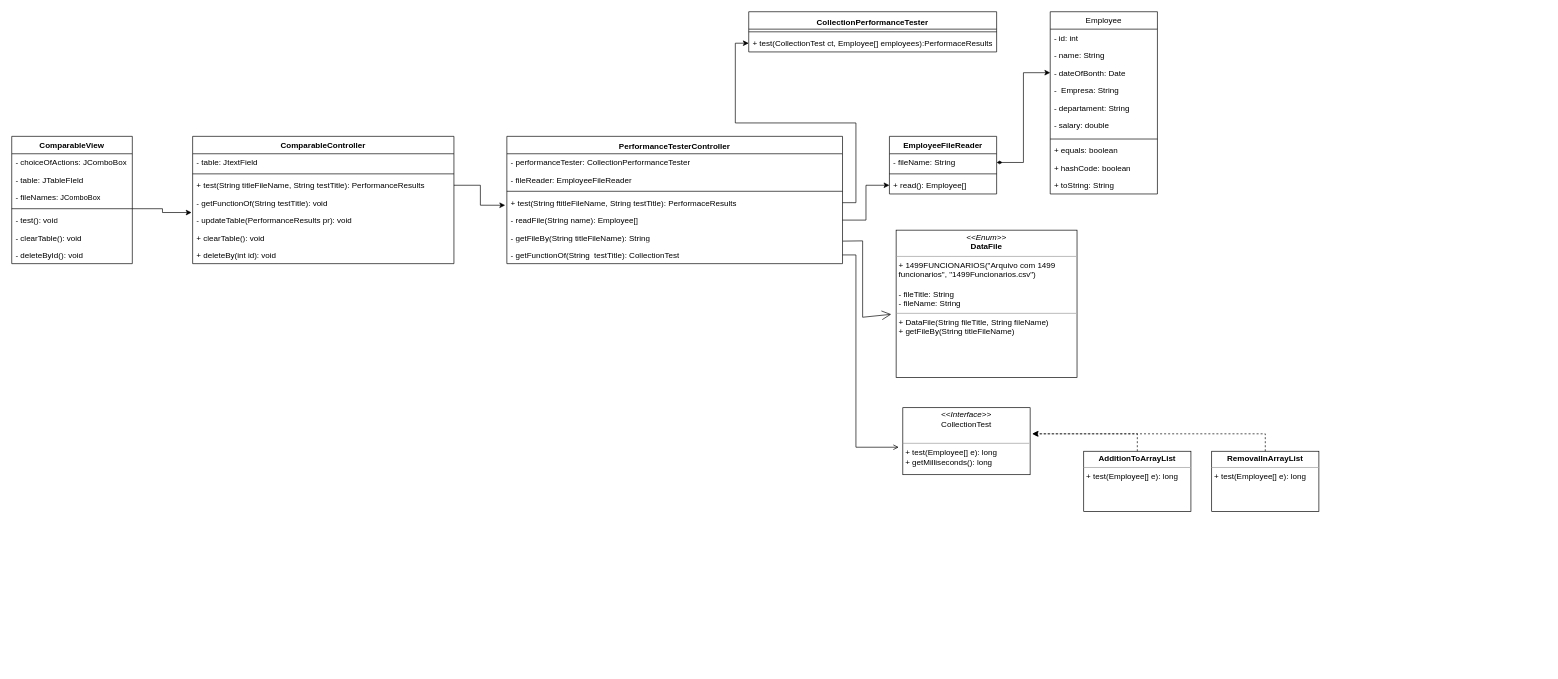
GabrielFelipeS/Collection_Comparison keeps this draw.io diagram as page "Page-1" (1 of 2) of UML.drawio. Above is the earlier version. Source tidied: cells renumbered, new cells numbered last; positions are measured from the earlier drawing's top-left corner, leaving out a move shared by most shapes. Both pictures are drawn from the tidied source at 67%, with x=0, y=0 at pixel (11, 11).
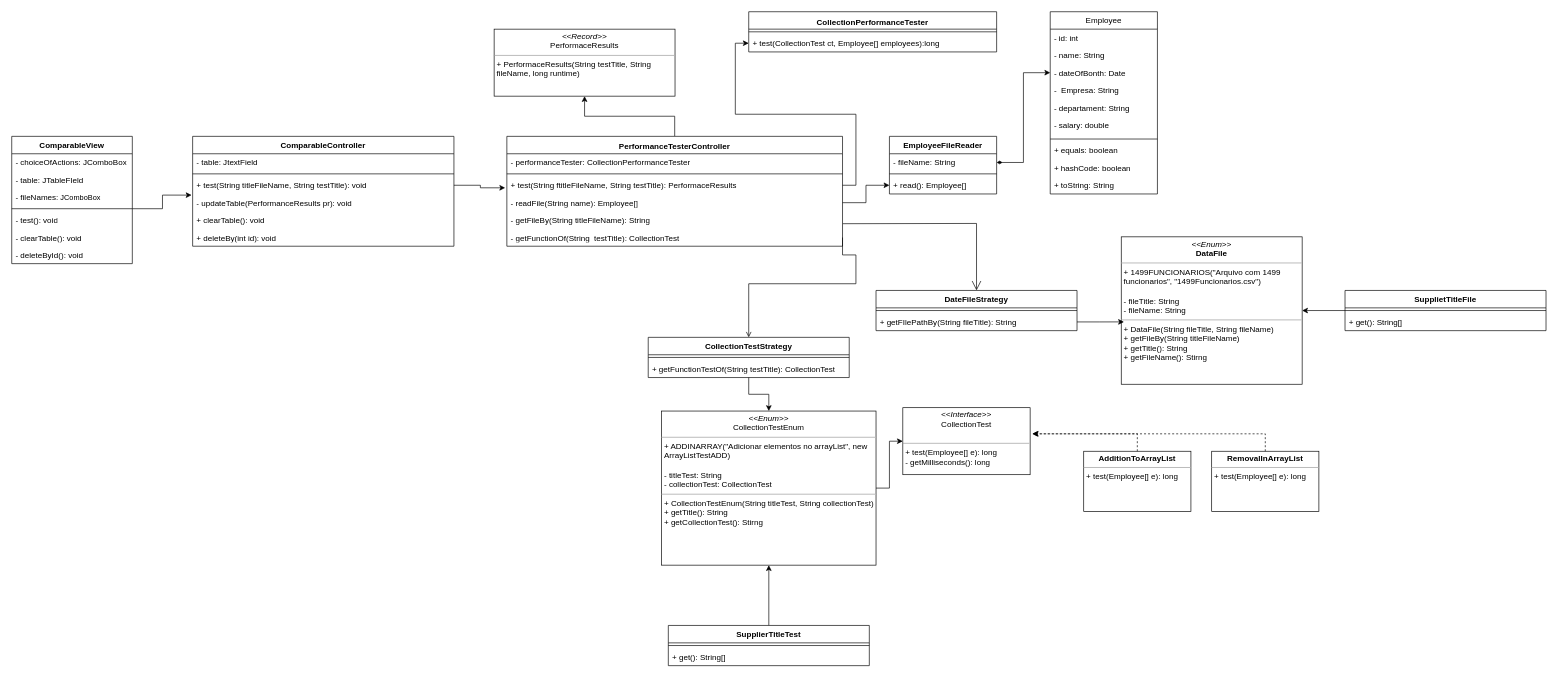
The same diagram, later.

Unchanged cells that the change refers to:
```xml
<mxCell id="33" value="CollectionPerformanceTester&lt;span style=&quot;color: rgb(255, 255, 255); font-family: &amp;quot;Söhne Mono&amp;quot;, Monaco, &amp;quot;Andale Mono&amp;quot;, &amp;quot;Ubuntu Mono&amp;quot;, monospace; font-size: 14px; font-weight: 400; text-align: left; background-color: rgb(0, 0, 0);&quot;&gt; &lt;/span&gt;" style="swimlane;fontStyle=1;align=center;verticalAlign=top;horizontal=1;startSize=26;whiteSpace=wrap;html=1;" parent="1" vertex="1">
  <mxGeometry x="1100" width="370" height="60" as="geometry" />
</mxCell>
```

Change to the diagram source:
```diff
@@
     <mxCell id="17" value="ComparableController" style="swimlane;fontStyle=1;align=center;verticalAlign=top;horizontal=1;startSize=26;whiteSpace=wrap;html=1;" parent="1" vertex="1">
-      <mxGeometry x="270" y="186" width="390" height="190" as="geometry" />
+      <mxGeometry x="270" y="186" width="390" height="164" as="geometry" />
     </mxCell>
@@
-    <mxCell id="20" value="+ test(String titleFileName, String testTitle): PerformanceResults&amp;nbsp;" style="text;strokeColor=none;fillColor=none;align=left;verticalAlign=top;spacingLeft=4;spacingRight=4;overflow=hidden;points=[[0,0.5],[1,0.5]];portConstraint=eastwest;whiteSpace=wrap;html=1;" parent="17" vertex="1">
+    <mxCell id="20" value="+ test(String titleFileName, String testTitle): void&amp;nbsp;" style="text;strokeColor=none;fillColor=none;align=left;verticalAlign=top;spacingLeft=4;spacingRight=4;overflow=hidden;points=[[0,0.5],[1,0.5]];portConstraint=eastwest;whiteSpace=wrap;html=1;" parent="17" vertex="1">
       <mxGeometry y="60" width="390" height="26" as="geometry" />
     </mxCell>
-    <mxCell id="21" value="- getFunctionOf(String testTitle): void" style="text;strokeColor=none;fillColor=none;align=left;verticalAlign=top;spacingLeft=4;spacingRight=4;overflow=hidden;whiteSpace=wrap;html=1;" parent="17" vertex="1">
-      <mxGeometry y="86" width="390" height="26" as="geometry" />
-    </mxCell>
     <mxCell id="22" value="- updateTable(PerformanceResults pr): void" style="text;strokeColor=none;fillColor=none;align=left;verticalAlign=top;spacingLeft=4;spacingRight=4;overflow=hidden;points=[[0,0.5],[1,0.5]];portConstraint=eastwest;whiteSpace=wrap;html=1;" parent="17" vertex="1">
-      <mxGeometry y="112" width="390" height="26" as="geometry" />
+      <mxGeometry y="86" width="390" height="26" as="geometry" />
     </mxCell>
     <mxCell id="23" value="+ clearTable(): void" style="text;strokeColor=none;fillColor=none;align=left;verticalAlign=top;spacingLeft=4;spacingRight=4;overflow=hidden;whiteSpace=wrap;html=1;" parent="17" vertex="1">
-      <mxGeometry y="138" width="390" height="26" as="geometry" />
+      <mxGeometry y="112" width="390" height="26" as="geometry" />
     </mxCell>
     <mxCell id="24" value="+ deleteBy(int id): void" style="text;strokeColor=none;fillColor=none;align=left;verticalAlign=top;spacingLeft=4;spacingRight=4;overflow=hidden;whiteSpace=wrap;html=1;" parent="17" vertex="1">
-      <mxGeometry y="164" width="390" height="26" as="geometry" />
+      <mxGeometry y="138" width="390" height="26" as="geometry" />
     </mxCell>
@@
-    <mxCell id="35" value="+ test(CollectionTest ct, Employee[] employees):PerformaceResults" style="text;strokeColor=none;fillColor=none;align=left;verticalAlign=top;spacingLeft=4;spacingRight=4;overflow=hidden;points=[[0,0.5],[1,0.5]];portConstraint=eastwest;whiteSpace=wrap;html=1;" parent="33" vertex="1">
+    <mxCell id="35" value="+ test(CollectionTest ct, Employee[] employees):long" style="text;strokeColor=none;fillColor=none;align=left;verticalAlign=top;spacingLeft=4;spacingRight=4;overflow=hidden;points=[[0,0.5],[1,0.5]];portConstraint=eastwest;whiteSpace=wrap;html=1;" parent="33" vertex="1">
       <mxGeometry y="34" width="370" height="26" as="geometry" />
     </mxCell>
+    <mxCell id="57" style="edgeStyle=orthogonalEdgeStyle;rounded=0;jettySize=auto;html=1;" parent="1" edge="1" source="36" target="64">
+      <mxGeometry relative="1" as="geometry" />
+    </mxCell>
     <mxCell id="36" value="PerformanceTesterController&lt;span style=&quot;color: rgb(255, 255, 255); font-family: &amp;quot;Söhne Mono&amp;quot;, Monaco, &amp;quot;Andale Mono&amp;quot;, &amp;quot;Ubuntu Mono&amp;quot;, monospace; font-size: 14px; font-weight: 400; text-align: left; background-color: rgb(0, 0, 0);&quot;&gt;&lt;/span&gt;" style="swimlane;fontStyle=1;align=center;verticalAlign=top;horizontal=1;startSize=26;whiteSpace=wrap;html=1;" parent="1" vertex="1">
-      <mxGeometry x="739" y="186" width="501" height="190" as="geometry" />
+      <mxGeometry x="739" y="186" width="501" height="164" as="geometry" />
     </mxCell>
@@
-    <mxCell id="38" value="- fileReader:&amp;nbsp;EmployeeFileReader" style="text;strokeColor=none;fillColor=none;align=left;verticalAlign=top;spacingLeft=4;spacingRight=4;overflow=hidden;whiteSpace=wrap;html=1;" parent="36" vertex="1">
-      <mxGeometry y="52" width="501" height="26" as="geometry" />
-    </mxCell>
     <mxCell id="39" style="line;strokeWidth=1;fillColor=none;align=left;verticalAlign=middle;spacingTop=-1;spacingLeft=3;spacingRight=3;labelPosition=right;strokeColor=inherit;" parent="36" vertex="1">
-      <mxGeometry y="78" width="501" height="8" as="geometry" />
+      <mxGeometry y="52" width="501" height="8" as="geometry" />
     </mxCell>
     <mxCell id="40" value="+ test(String ftitleFileName, String testTitle): PerformaceResults" style="text;strokeColor=none;fillColor=none;align=left;verticalAlign=top;spacingLeft=4;spacingRight=4;overflow=hidden;points=[[0,0.5],[1,0.5]];portConstraint=eastwest;whiteSpace=wrap;html=1;" parent="36" vertex="1">
-      <mxGeometry y="86" width="501" height="26" as="geometry" />
+      <mxGeometry y="60" width="501" height="26" as="geometry" />
     </mxCell>
     <mxCell id="41" value="- readFile(String name): Employee[]" style="text;strokeColor=none;fillColor=none;align=left;verticalAlign=top;spacingLeft=4;spacingRight=4;overflow=hidden;points=[[0,0.5],[1,0.5]];portConstraint=eastwest;whiteSpace=wrap;html=1;" parent="36" vertex="1">
-      <mxGeometry y="112" width="501" height="26" as="geometry" />
+      <mxGeometry y="86" width="501" height="26" as="geometry" />
     </mxCell>
     <mxCell id="42" value="- getFileBy(String titleFileName):&amp;nbsp;String" style="text;strokeColor=none;fillColor=none;align=left;verticalAlign=top;spacingLeft=4;spacingRight=4;overflow=hidden;points=[[0,0.5],[1,0.5]];portConstraint=eastwest;whiteSpace=wrap;html=1;" parent="36" vertex="1">
-      <mxGeometry y="138" width="501" height="26" as="geometry" />
+      <mxGeometry y="112" width="501" height="26" as="geometry" />
     </mxCell>
     <mxCell id="43" value="- getFunctionOf(String&amp;nbsp; testTitle): CollectionTest" style="text;strokeColor=none;fillColor=none;align=left;verticalAlign=top;spacingLeft=4;spacingRight=4;overflow=hidden;points=[[0,0.5],[1,0.5]];portConstraint=eastwest;whiteSpace=wrap;html=1;" parent="36" vertex="1">
-      <mxGeometry y="164" width="501" height="26" as="geometry" />
+      <mxGeometry y="138" width="501" height="26" as="geometry" />
     </mxCell>
@@
-    <mxCell id="48" value="&lt;p style=&quot;margin:0px;margin-top:4px;text-align:center;&quot;&gt;&lt;i&gt;&amp;lt;&amp;lt;Enum&amp;gt;&amp;gt;&lt;/i&gt;&lt;br&gt;&lt;b&gt;DataFile&lt;/b&gt;&lt;/p&gt;&lt;hr size=&quot;1&quot;&gt;&lt;p style=&quot;margin:0px;margin-left:4px;&quot;&gt;+ 1499FUNCIONARIOS(&quot;Arquivo com 1499 funcionarios&quot;, &quot;1499Funcionarios.csv&quot;)&lt;/p&gt;&lt;p style=&quot;margin:0px;margin-left:4px;&quot;&gt;&lt;br&gt;&lt;/p&gt;&lt;p style=&quot;margin:0px;margin-left:4px;&quot;&gt;&lt;span style=&quot;background-color: initial;&quot;&gt;- fileTitle: String&lt;/span&gt;&lt;br&gt;&lt;/p&gt;&lt;p style=&quot;margin:0px;margin-left:4px;&quot;&gt;- fileName: String&lt;br&gt;&lt;/p&gt;&lt;hr size=&quot;1&quot;&gt;&lt;p style=&quot;margin:0px;margin-left:4px;&quot;&gt;+ DataFile(String fileTitle, String fileName)&lt;br&gt;&lt;/p&gt;&lt;p style=&quot;margin:0px;margin-left:4px;&quot;&gt;+ getFileBy(String titleFileName)&lt;/p&gt;" style="verticalAlign=top;align=left;overflow=fill;fontSize=12;fontFamily=Helvetica;html=1;whiteSpace=wrap;" parent="1" vertex="1">
-      <mxGeometry x="1320" y="326" width="270" height="220" as="geometry" />
+    <mxCell id="48" value="&lt;p style=&quot;margin:0px;margin-top:4px;text-align:center;&quot;&gt;&lt;i&gt;&amp;lt;&amp;lt;Enum&amp;gt;&amp;gt;&lt;/i&gt;&lt;br&gt;&lt;b&gt;DataFile&lt;/b&gt;&lt;/p&gt;&lt;hr size=&quot;1&quot;&gt;&lt;p style=&quot;margin:0px;margin-left:4px;&quot;&gt;+ 1499FUNCIONARIOS(&quot;Arquivo com 1499 funcionarios&quot;, &quot;1499Funcionarios.csv&quot;)&lt;/p&gt;&lt;p style=&quot;margin:0px;margin-left:4px;&quot;&gt;&lt;br&gt;&lt;/p&gt;&lt;p style=&quot;margin:0px;margin-left:4px;&quot;&gt;&lt;span style=&quot;background-color: initial;&quot;&gt;- fileTitle: String&lt;/span&gt;&lt;br&gt;&lt;/p&gt;&lt;p style=&quot;margin:0px;margin-left:4px;&quot;&gt;- fileName: String&lt;br&gt;&lt;/p&gt;&lt;hr size=&quot;1&quot;&gt;&lt;p style=&quot;margin:0px;margin-left:4px;&quot;&gt;+ DataFile(String fileTitle, String fileName)&lt;br&gt;&lt;/p&gt;&lt;p style=&quot;margin:0px;margin-left:4px;&quot;&gt;+ getFileBy(String titleFileName)&lt;/p&gt;&lt;p style=&quot;margin:0px;margin-left:4px;&quot;&gt;+ getTitle(): String&lt;br&gt;+ getFileName(): Stirng&lt;/p&gt;" style="verticalAlign=top;align=left;overflow=fill;fontSize=12;fontFamily=Helvetica;html=1;whiteSpace=wrap;" parent="1" vertex="1">
+      <mxGeometry x="1656" y="336" width="270" height="220" as="geometry" />
     </mxCell>
-    <mxCell id="49" value="&lt;p style=&quot;margin:0px;margin-top:4px;text-align:center;&quot;&gt;&lt;i&gt;&amp;lt;&amp;lt;Interface&amp;gt;&amp;gt;&lt;/i&gt;&lt;br&gt;CollectionTest&lt;/p&gt;&lt;br&gt;&lt;hr size=&quot;1&quot;&gt;&lt;p style=&quot;margin:0px;margin-left:4px;&quot;&gt;+ test(Employee[] e): long&lt;br&gt;&lt;/p&gt;&lt;p style=&quot;margin:0px;margin-left:4px;&quot;&gt;+ getMilliseconds(): long&lt;/p&gt;" style="verticalAlign=top;align=left;overflow=fill;fontSize=12;fontFamily=Helvetica;html=1;whiteSpace=wrap;" parent="1" vertex="1">
+    <mxCell id="49" value="&lt;p style=&quot;margin:0px;margin-top:4px;text-align:center;&quot;&gt;&lt;i&gt;&amp;lt;&amp;lt;Interface&amp;gt;&amp;gt;&lt;/i&gt;&lt;br&gt;CollectionTest&lt;/p&gt;&lt;br&gt;&lt;hr size=&quot;1&quot;&gt;&lt;p style=&quot;margin:0px;margin-left:4px;&quot;&gt;+ test(Employee[] e): long&lt;br&gt;&lt;/p&gt;&lt;p style=&quot;margin:0px;margin-left:4px;&quot;&gt;- getMilliseconds(): long&lt;/p&gt;" style="verticalAlign=top;align=left;overflow=fill;fontSize=12;fontFamily=Helvetica;html=1;whiteSpace=wrap;" parent="1" vertex="1">
       <mxGeometry x="1330" y="591" width="190" height="100" as="geometry" />
     </mxCell>
-    <mxCell id="50" style="endArrow=open;endFill=1;endSize=12;html=1;rounded=0;entryX=-0.027;entryY=0.571;entryDx=0;entryDy=0;entryPerimeter=0;exitX=1.001;exitY=0.707;exitDx=0;exitDy=0;exitPerimeter=0;" parent="1" edge="1" source="42" target="48">
+    <mxCell id="50" style="endArrow=open;endFill=1;endSize=12;html=1;rounded=0;entryX=0.5;entryY=0;entryDx=0;entryDy=0;exitX=1.001;exitY=0.707;exitDx=0;exitDy=0;exitPerimeter=0;" parent="1" edge="1" source="42" target="65">
       <mxGeometry relative="1" as="geometry">
         <Array as="points">
-          <mxPoint x="1270" y="342" />
-          <mxPoint x="1270" y="456" />
+          <mxPoint x="1440" y="316" />
         </Array>
       </mxGeometry>
     </mxCell>
@@
-    <mxCell id="52" style="edgeStyle=orthogonalEdgeStyle;rounded=0;jettySize=auto;html=1;exitX=1;exitY=0.5;exitDx=0;exitDy=0;entryX=-0.032;entryY=0.59;entryDx=0;entryDy=0;entryPerimeter=0;endArrow=open;endFill=0;" parent="1" edge="1" source="43" target="49">
+    <mxCell id="52" style="edgeStyle=orthogonalEdgeStyle;rounded=0;jettySize=auto;html=1;exitX=1;exitY=0.5;exitDx=0;exitDy=0;entryX=0.5;entryY=0;entryDx=0;entryDy=0;endArrow=open;endFill=0;" parent="1" edge="1" source="43" target="59">
       <mxGeometry relative="1" as="geometry">
         <Array as="points">
+          <mxPoint x="1240" y="363" />
           <mxPoint x="1260" y="363" />
-          <mxPoint x="1260" y="650" />
+          <mxPoint x="1260" y="406" />
+          <mxPoint x="1100" y="406" />
         </Array>
       </mxGeometry>
     </mxCell>
@@
+    <mxCell id="58" style="edgeStyle=orthogonalEdgeStyle;rounded=0;jettySize=auto;html=1;" parent="1" edge="1" source="59" target="63">
+      <mxGeometry relative="1" as="geometry" />
+    </mxCell>
+    <mxCell id="59" value="CollectionTestStrategy" style="swimlane;fontStyle=1;align=center;verticalAlign=top;horizontal=1;startSize=26;whiteSpace=wrap;html=1;" parent="1" vertex="1">
+      <mxGeometry x="950" y="486" width="300" height="60" as="geometry" />
+    </mxCell>
+    <mxCell id="60" style="line;strokeWidth=1;fillColor=none;align=left;verticalAlign=middle;spacingTop=-1;spacingLeft=3;spacingRight=3;labelPosition=right;strokeColor=inherit;" parent="59" vertex="1">
+      <mxGeometry y="26" width="300" height="8" as="geometry" />
+    </mxCell>
+    <mxCell id="61" value="+ getFunctionTestOf(String testTitle): CollectionTest" style="text;strokeColor=none;fillColor=none;align=left;verticalAlign=top;spacingLeft=4;spacingRight=4;overflow=hidden;whiteSpace=wrap;html=1;" parent="59" vertex="1">
+      <mxGeometry y="34" width="300" height="26" as="geometry" />
+    </mxCell>
+    <mxCell id="62" style="edgeStyle=orthogonalEdgeStyle;rounded=0;jettySize=auto;html=1;" parent="1" edge="1" source="63" target="49">
+      <mxGeometry relative="1" as="geometry" />
+    </mxCell>
+    <mxCell id="63" value="&lt;p style=&quot;margin:0px;margin-top:4px;text-align:center;&quot;&gt;&lt;i&gt;&amp;lt;&amp;lt;Enum&amp;gt;&amp;gt;&lt;/i&gt;&lt;br&gt;CollectionTestEnum&lt;br&gt;&lt;/p&gt;&lt;hr size=&quot;1&quot;&gt;&lt;p style=&quot;margin:0px;margin-left:4px;&quot;&gt;+ ADDINARRAY(&quot;Adicionar elementos no arrayList&quot;, new ArrayListTestADD)&lt;/p&gt;&lt;p style=&quot;margin:0px;margin-left:4px;&quot;&gt;&lt;br&gt;&lt;/p&gt;&lt;p style=&quot;margin:0px;margin-left:4px;&quot;&gt;&lt;span style=&quot;background-color: initial;&quot;&gt;- titleTest: String&lt;/span&gt;&lt;br&gt;&lt;/p&gt;&lt;p style=&quot;margin:0px;margin-left:4px;&quot;&gt;- collectionTest: CollectionTest&lt;/p&gt;&lt;hr style=&quot;border-color: var(--border-color);&quot; size=&quot;1&quot;&gt;&lt;p style=&quot;margin:0px;margin-left:4px;&quot;&gt;+&amp;nbsp;CollectionTestEnum(String titleTest, String collectionTest)&lt;/p&gt;&lt;p style=&quot;margin:0px;margin-left:4px;&quot;&gt;+ getTitle(): String&lt;br&gt;+ getCollectionTest(): Stirng&lt;/p&gt;" style="verticalAlign=top;align=left;overflow=fill;fontSize=12;fontFamily=Helvetica;html=1;whiteSpace=wrap;" parent="1" vertex="1">
+      <mxGeometry x="970" y="596" width="320" height="230" as="geometry" />
+    </mxCell>
+    <mxCell id="64" value="&lt;p style=&quot;margin:0px;margin-top:4px;text-align:center;&quot;&gt;&lt;i&gt;&amp;lt;&amp;lt;Record&amp;gt;&amp;gt;&lt;/i&gt;&lt;br&gt;PerformaceResults&lt;br&gt;&lt;/p&gt;&lt;hr size=&quot;1&quot;&gt;&lt;p style=&quot;margin:0px;margin-left:4px;&quot;&gt;&lt;/p&gt;&lt;p style=&quot;margin:0px;margin-left:4px;&quot;&gt;+&amp;nbsp;PerformaceResults(String testTitle, String fileName, long runtime)&lt;br&gt;&lt;/p&gt;&lt;p style=&quot;margin:0px;margin-left:4px;&quot;&gt;&lt;br&gt;&lt;/p&gt;" style="verticalAlign=top;align=left;overflow=fill;fontSize=12;fontFamily=Helvetica;html=1;whiteSpace=wrap;" parent="1" vertex="1">
+      <mxGeometry x="720" y="26" width="270" height="100" as="geometry" />
+    </mxCell>
+    <mxCell id="65" value="DateFileStrategy" style="swimlane;fontStyle=1;align=center;verticalAlign=top;horizontal=1;startSize=26;whiteSpace=wrap;html=1;" parent="1" vertex="1">
+      <mxGeometry x="1290" y="416" width="300" height="60" as="geometry" />
+    </mxCell>
+    <mxCell id="66" style="line;strokeWidth=1;fillColor=none;align=left;verticalAlign=middle;spacingTop=-1;spacingLeft=3;spacingRight=3;labelPosition=right;strokeColor=inherit;" parent="65" vertex="1">
+      <mxGeometry y="26" width="300" height="8" as="geometry" />
+    </mxCell>
+    <mxCell id="67" value="+ getFIlePathBy(String fileTitle): String" style="text;strokeColor=none;fillColor=none;align=left;verticalAlign=top;spacingLeft=4;spacingRight=4;overflow=hidden;points=[[0,0.5],[1,0.5]];portConstraint=eastwest;whiteSpace=wrap;html=1;" parent="65" vertex="1">
+      <mxGeometry y="34" width="300" height="26" as="geometry" />
+    </mxCell>
+    <mxCell id="68" style="edgeStyle=orthogonalEdgeStyle;rounded=0;jettySize=auto;html=1;entryX=0.015;entryY=0.577;entryDx=0;entryDy=0;entryPerimeter=0;" parent="1" edge="1" source="67" target="48">
+      <mxGeometry relative="1" as="geometry" />
+    </mxCell>
+    <mxCell id="69" style="edgeStyle=orthogonalEdgeStyle;rounded=0;jettySize=auto;html=1;" parent="1" edge="1" source="70" target="63">
+      <mxGeometry relative="1" as="geometry" />
+    </mxCell>
+    <mxCell id="70" value="SupplierTitleTest" style="swimlane;fontStyle=1;align=center;verticalAlign=top;horizontal=1;startSize=26;whiteSpace=wrap;html=1;" parent="1" vertex="1">
+      <mxGeometry x="980" y="916" width="300" height="60" as="geometry" />
+    </mxCell>
+    <mxCell id="71" style="line;strokeWidth=1;fillColor=none;align=left;verticalAlign=middle;spacingTop=-1;spacingLeft=3;spacingRight=3;labelPosition=right;strokeColor=inherit;" parent="70" vertex="1">
+      <mxGeometry y="26" width="300" height="8" as="geometry" />
+    </mxCell>
+    <mxCell id="72" value="+ get(): String[]" style="text;strokeColor=none;fillColor=none;align=left;verticalAlign=top;spacingLeft=4;spacingRight=4;overflow=hidden;whiteSpace=wrap;html=1;" parent="70" vertex="1">
+      <mxGeometry y="34" width="300" height="26" as="geometry" />
+    </mxCell>
+    <mxCell id="73" style="edgeStyle=orthogonalEdgeStyle;rounded=0;jettySize=auto;html=1;" parent="1" edge="1" source="74" target="48">
+      <mxGeometry relative="1" as="geometry" />
+    </mxCell>
+    <mxCell id="74" value="SupplietTitleFile" style="swimlane;fontStyle=1;align=center;verticalAlign=top;horizontal=1;startSize=26;whiteSpace=wrap;html=1;" parent="1" vertex="1">
+      <mxGeometry x="1990" y="416" width="300" height="60" as="geometry" />
+    </mxCell>
+    <mxCell id="75" style="line;strokeWidth=1;fillColor=none;align=left;verticalAlign=middle;spacingTop=-1;spacingLeft=3;spacingRight=3;labelPosition=right;strokeColor=inherit;" parent="74" vertex="1">
+      <mxGeometry y="26" width="300" height="8" as="geometry" />
+    </mxCell>
+    <mxCell id="76" value="+ get(): String[]" style="text;strokeColor=none;fillColor=none;align=left;verticalAlign=top;spacingLeft=4;spacingRight=4;overflow=hidden;whiteSpace=wrap;html=1;" parent="74" vertex="1">
+      <mxGeometry y="34" width="300" height="26" as="geometry" />
+    </mxCell>
```
